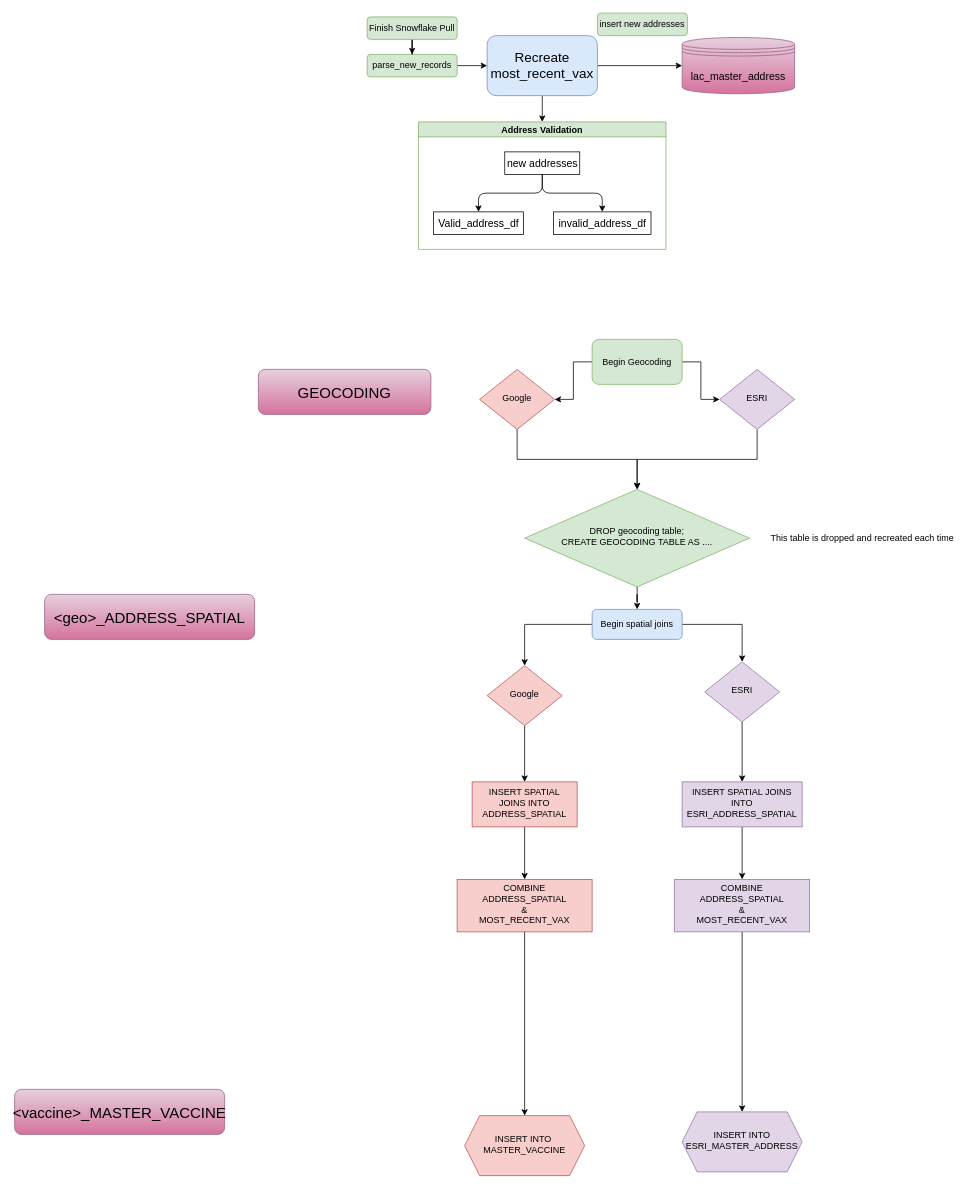
The draw.io diagram conolidated_address_pipeline.drawio in Primordial-Haggis/LA_county_vax_etl_workflow, before the edit. Source tidied: cells renumbered, new cells numbered last; positions are measured from the earlier drawing's top-left corner, leaving out a move shared by most shapes. Both pictures are drawn from the tidied source at 75%, with x=0, y=0 at pixel (14, 13).
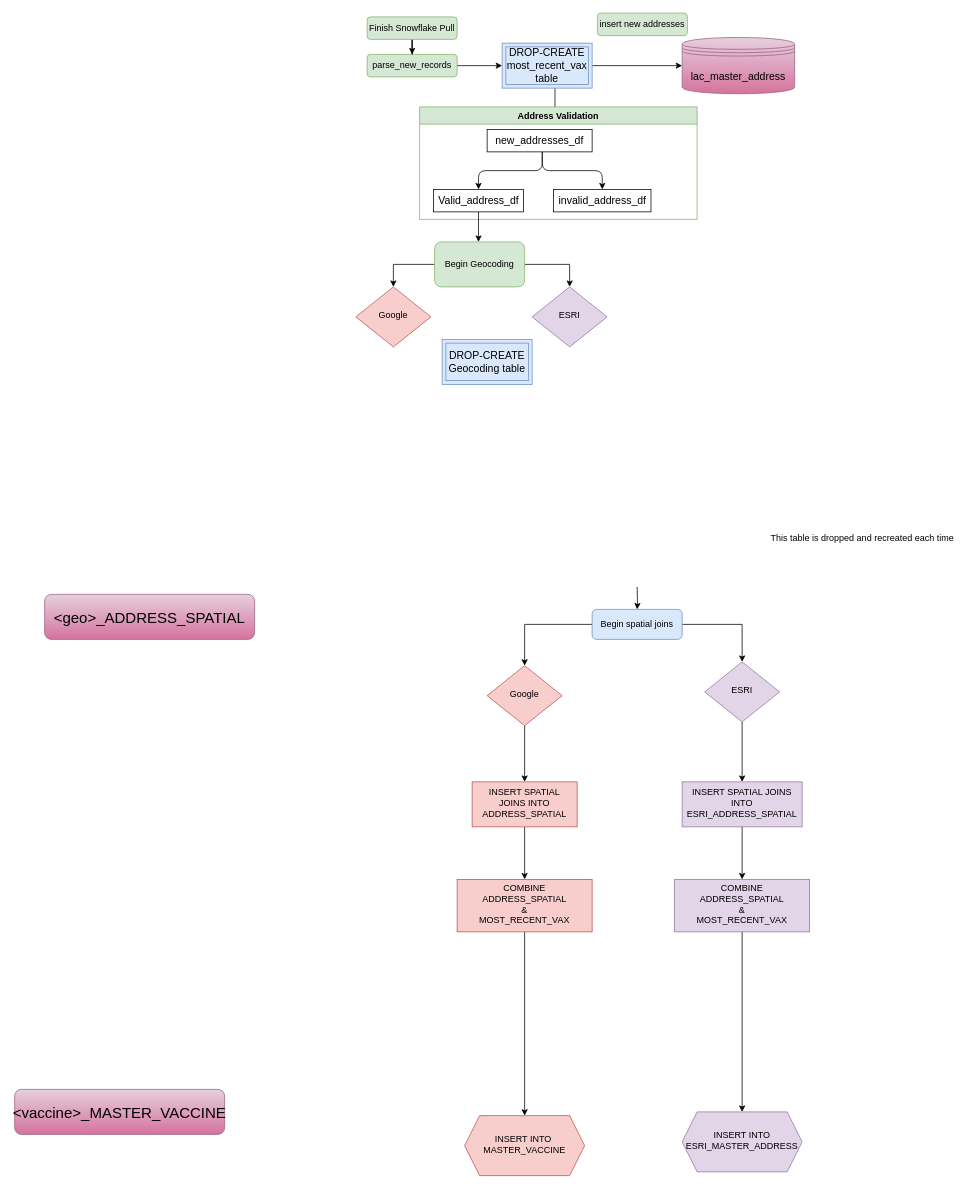
Above is the later version.

Commit message:
formailze table structure

The change refers to these unchanged cells:
```xml
<mxCell id="8" value="Begin spatial joins" style="rounded=1;whiteSpace=wrap;html=1;fontSize=12;glass=0;strokeWidth=1;shadow=0;fillColor=#dae8fc;strokeColor=#6c8ebf;" parent="1" vertex="1">
  <mxGeometry x="770" y="795" width="120" height="40" as="geometry" />
</mxCell>
<mxCell id="36" value="parse_new_records" style="rounded=1;whiteSpace=wrap;html=1;fontSize=12;glass=0;strokeWidth=1;shadow=0;fillColor=#d5e8d4;strokeColor=#82b366;" parent="1" vertex="1">
  <mxGeometry x="470" y="55" width="120" height="30" as="geometry" />
</mxCell>
<mxCell id="38" value="&lt;font style=&quot;font-size: 14px;&quot;&gt;lac_master_address&lt;/font&gt;" style="shape=datastore;whiteSpace=wrap;html=1;fontSize=18;fontSize=20;fillColor=#e6d0de;gradientColor=#d5739d;strokeColor=#996185;" parent="1" vertex="1">
  <mxGeometry x="890" y="32.5" width="150" height="75" as="geometry" />
</mxCell>
```

Change to the diagram source:
```diff
@@
-    <mxCell id="2" style="edgeStyle=orthogonalEdgeStyle;rounded=0;jettySize=auto;html=1;exitX=0.5;exitY=1;exitDx=0;exitDy=0;entryX=0.5;entryY=0;entryDx=0;entryDy=0;" parent="1" edge="1" source="3" target="5">
-      <mxGeometry relative="1" as="geometry" />
-    </mxCell>
     <mxCell id="3" value="Google" style="rhombus;whiteSpace=wrap;html=1;shadow=0;fontFamily=Helvetica;fontSize=12;align=center;strokeWidth=1;spacing=6;spacingTop=-4;fillColor=#f8cecc;strokeColor=#b85450;" parent="1" vertex="1">
-      <mxGeometry x="620" y="475" width="100" height="80" as="geometry" />
+      <mxGeometry x="455" y="365" width="100" height="80" as="geometry" />
     </mxCell>
-    <mxCell id="4" style="edgeStyle=orthogonalEdgeStyle;rounded=0;jettySize=auto;html=1;" parent="1" edge="1" source="5" target="8">
-      <mxGeometry relative="1" as="geometry" />
+    <mxCell id="4" style="edgeStyle=orthogonalEdgeStyle;rounded=0;jettySize=auto;html=1;" parent="1" edge="1" target="8">
+      <mxGeometry relative="1" as="geometry">
+        <mxPoint x="830" y="765" as="sourcePoint" />
+      </mxGeometry>
     </mxCell>
-    <mxCell id="5" value="DROP geocoding table;&lt;br&gt;CREATE GEOCODING TABLE AS ...." style="rhombus;whiteSpace=wrap;html=1;shadow=0;fontFamily=Helvetica;fontSize=12;align=center;strokeWidth=1;spacing=6;spacingTop=-4;fillColor=#d5e8d4;strokeColor=#82b366;" parent="1" vertex="1">
-      <mxGeometry x="680" y="635" width="300" height="130" as="geometry" />
-    </mxCell>
@@
-    <mxCell id="9" style="edgeStyle=orthogonalEdgeStyle;rounded=0;jettySize=auto;html=1;" parent="1" edge="1" source="10" target="5">
-      <mxGeometry relative="1" as="geometry" />
-    </mxCell>
     <mxCell id="10" value="ESRI" style="rhombus;whiteSpace=wrap;html=1;shadow=0;fontFamily=Helvetica;fontSize=12;align=center;strokeWidth=1;spacing=6;spacingTop=-4;fillColor=#e1d5e7;strokeColor=#9673a6;" parent="1" vertex="1">
-      <mxGeometry x="940" y="475" width="100" height="80" as="geometry" />
+      <mxGeometry x="690" y="365" width="100" height="80" as="geometry" />
     </mxCell>
@@
-    <mxCell id="12" style="edgeStyle=orthogonalEdgeStyle;rounded=0;jettySize=auto;html=1;fontSize=18;" parent="1" edge="1" source="15">
+    <mxCell id="12" style="edgeStyle=orthogonalEdgeStyle;rounded=0;orthogonalLoop=1;jettySize=auto;html=1;fontSize=18;" parent="1" edge="1">
       <mxGeometry relative="1" as="geometry">
-        <mxPoint x="703.5" y="145" as="targetPoint" />
+        <mxPoint x="720.5" y="100" as="sourcePoint" />
+        <mxPoint x="720" y="140" as="targetPoint" />
+        <Array as="points">
+          <mxPoint x="720.5" y="120" />
+        </Array>
       </mxGeometry>
     </mxCell>
@@
-    <mxCell id="14" style="edgeStyle=orthogonalEdgeStyle;rounded=0;jettySize=auto;html=1;fontSize=14;" parent="1" edge="1" source="15" target="38">
-      <mxGeometry relative="1" as="geometry" />
-    </mxCell>
-    <mxCell id="15" value="&lt;font style=&quot;font-size: 18px;&quot;&gt;Recreate most_recent_vax&lt;/font&gt;" style="rounded=1;whiteSpace=wrap;html=1;fontSize=12;glass=0;strokeWidth=1;shadow=0;fillColor=#dae8fc;strokeColor=#6c8ebf;" parent="1" vertex="1">
-      <mxGeometry x="630" y="30" width="147" height="80" as="geometry" />
-    </mxCell>
@@
-    <mxCell id="22" value="&lt;font color=&quot;#000000&quot;&gt;GEOCODING&lt;/font&gt;" style="rounded=1;whiteSpace=wrap;html=1;fontSize=20;fillColor=#e6d0de;gradientColor=#d5739d;strokeColor=#996185;" parent="1" vertex="1">
-      <mxGeometry x="325" y="475" width="230" height="60" as="geometry" />
-    </mxCell>
@@
+    <mxCell id="33" style="edgeStyle=orthogonalEdgeStyle;rounded=0;jettySize=auto;html=1;" parent="1" edge="1" source="34" target="10">
+      <mxGeometry relative="1" as="geometry">
+        <Array as="points">
+          <mxPoint x="740" y="335" />
+        </Array>
+      </mxGeometry>
+    </mxCell>
-    <mxCell id="32" style="edgeStyle=orthogonalEdgeStyle;rounded=0;jettySize=auto;html=1;" parent="1" edge="1" source="34" target="3">
-      <mxGeometry relative="1" as="geometry" />
+    <mxCell id="32" style="edgeStyle=orthogonalEdgeStyle;rounded=0;jettySize=auto;html=1;fontSize=14;" parent="1" edge="1" source="34" target="3">
+      <mxGeometry relative="1" as="geometry">
+        <Array as="points">
+          <mxPoint x="505" y="335" />
+        </Array>
+      </mxGeometry>
     </mxCell>
-    <mxCell id="33" style="edgeStyle=orthogonalEdgeStyle;rounded=0;jettySize=auto;html=1;" parent="1" edge="1" source="34" target="10">
-      <mxGeometry relative="1" as="geometry" />
-    </mxCell>
     <mxCell id="34" value="Begin Geocoding" style="whiteSpace=wrap;html=1;fillColor=#d5e8d4;strokeColor=#82b366;rounded=1;glass=0;strokeWidth=1;shadow=0;" parent="1" vertex="1">
-      <mxGeometry x="770" y="435" width="120" height="60" as="geometry" />
+      <mxGeometry x="560" y="305" width="120" height="60" as="geometry" />
     </mxCell>
-    <mxCell id="35" style="edgeStyle=orthogonalEdgeStyle;rounded=0;jettySize=auto;html=1;fontSize=14;" parent="1" edge="1" source="36" target="15">
+    <mxCell id="35" style="edgeStyle=orthogonalEdgeStyle;rounded=0;jettySize=auto;html=1;fontSize=14;entryX=0;entryY=0.5;entryDx=0;entryDy=0;" parent="1" edge="1" source="36" target="53">
       <mxGeometry relative="1" as="geometry" />
     </mxCell>
@@
-    <mxCell id="41" value="Address Validation" style="fillColor=#d5e8d4;strokeColor=#82b366;swimlane;startSize=20;horizontal=1;horizontalTree=0;containerType=tree;fontSize=12;" parent="1" vertex="1">
-      <mxGeometry x="538.5" y="145" width="330" height="170" as="geometry" />
+    <mxCell id="41" value="Address Validation" style="horizontal=1;whiteSpace=wrap;html=1;fontSize=12;glass=0;strokeWidth=1;shadow=0;fillColor=#d5e8d4;strokeColor=#82b366;swimlane;" parent="1" vertex="1">
+      <mxGeometry x="540" y="125" width="370" height="150" as="geometry" />
     </mxCell>
-    <mxCell id="42" value="new addresses" style="whiteSpace=wrap;html=1;fontSize=14;" parent="41" vertex="1">
-      <mxGeometry x="115" y="40" width="100" height="30" as="geometry" />
-    </mxCell>
+    <mxCell id="47" value="new_addresses_df" style="whiteSpace=wrap;html=1;fontSize=14;" parent="41" vertex="1">
+      <mxGeometry x="90" y="30" width="140" height="30" as="geometry" />
+    </mxCell>
     <mxCell id="43" value="Valid_address_df" style="whiteSpace=wrap;html=1;fontSize=14;" parent="41" vertex="1">
-      <mxGeometry x="20" y="120" width="120" height="30" as="geometry" />
+      <mxGeometry x="18.5" y="110" width="120" height="30" as="geometry" />
     </mxCell>
-    <mxCell id="44" style="edgeStyle=elbowEdgeStyle;elbow=vertical;html=1;rounded=1;curved=0;sourcePerimeterSpacing=0;targetPerimeterSpacing=0;startSize=6;endSize=6;fontSize=14;" parent="41" edge="1" source="42" target="43">
-      <mxGeometry relative="1" as="geometry" />
-    </mxCell>
+    <mxCell id="48" style="edgeStyle=elbowEdgeStyle;elbow=vertical;html=1;rounded=1;curved=0;sourcePerimeterSpacing=0;targetPerimeterSpacing=0;startSize=6;endSize=6;fontSize=14;" parent="41" edge="1" target="43">
+      <mxGeometry relative="1" as="geometry">
+        <mxPoint x="163.5" y="60" as="sourcePoint" />
+      </mxGeometry>
+    </mxCell>
+    <mxCell id="49" style="edgeStyle=elbowEdgeStyle;elbow=vertical;html=1;rounded=1;curved=0;sourcePerimeterSpacing=0;targetPerimeterSpacing=0;startSize=6;endSize=6;fontSize=14;" parent="41" edge="1" target="45">
+      <mxGeometry relative="1" as="geometry">
+        <mxPoint x="163.5" y="60" as="sourcePoint" />
+      </mxGeometry>
+    </mxCell>
     <mxCell id="45" value="invalid_address_df&lt;br&gt;" style="whiteSpace=wrap;html=1;fontSize=14;" parent="41" vertex="1">
-      <mxGeometry x="180" y="120" width="130" height="30" as="geometry" />
+      <mxGeometry x="178.5" y="110" width="130" height="30" as="geometry" />
     </mxCell>
-    <mxCell id="46" style="edgeStyle=elbowEdgeStyle;elbow=vertical;html=1;rounded=1;curved=0;sourcePerimeterSpacing=0;targetPerimeterSpacing=0;startSize=6;endSize=6;fontSize=14;" parent="41" edge="1" source="42" target="45">
-      <mxGeometry relative="1" as="geometry" />
-    </mxCell>
+    <mxCell id="50" style="edgeStyle=orthogonalEdgeStyle;rounded=0;jettySize=auto;html=1;fontSize=14;" parent="1" edge="1" source="43">
+      <mxGeometry relative="1" as="geometry">
+        <mxPoint x="618.5" y="305" as="targetPoint" />
+      </mxGeometry>
+    </mxCell>
+    <mxCell id="51" value="DROP-CREATE&lt;br&gt;Geocoding table" style="shape=ext;margin=3;double=1;whiteSpace=wrap;html=1;align=center;fontSize=14;fillColor=#dae8fc;strokeColor=#6c8ebf;" parent="1" vertex="1">
+      <mxGeometry x="570" y="435" width="120" height="60" as="geometry" />
+    </mxCell>
+    <mxCell id="52" style="edgeStyle=orthogonalEdgeStyle;rounded=0;jettySize=auto;html=1;fontSize=14;entryX=0;entryY=0.5;entryDx=0;entryDy=0;" parent="1" edge="1" source="53" target="38">
+      <mxGeometry relative="1" as="geometry" />
+    </mxCell>
+    <mxCell id="53" value="DROP-CREATE most_recent_vax table" style="shape=ext;margin=3;double=1;whiteSpace=wrap;html=1;align=center;fontSize=14;fillColor=#dae8fc;strokeColor=#6c8ebf;" parent="1" vertex="1">
+      <mxGeometry x="650" y="40" width="120" height="60" as="geometry" />
+    </mxCell>
```
